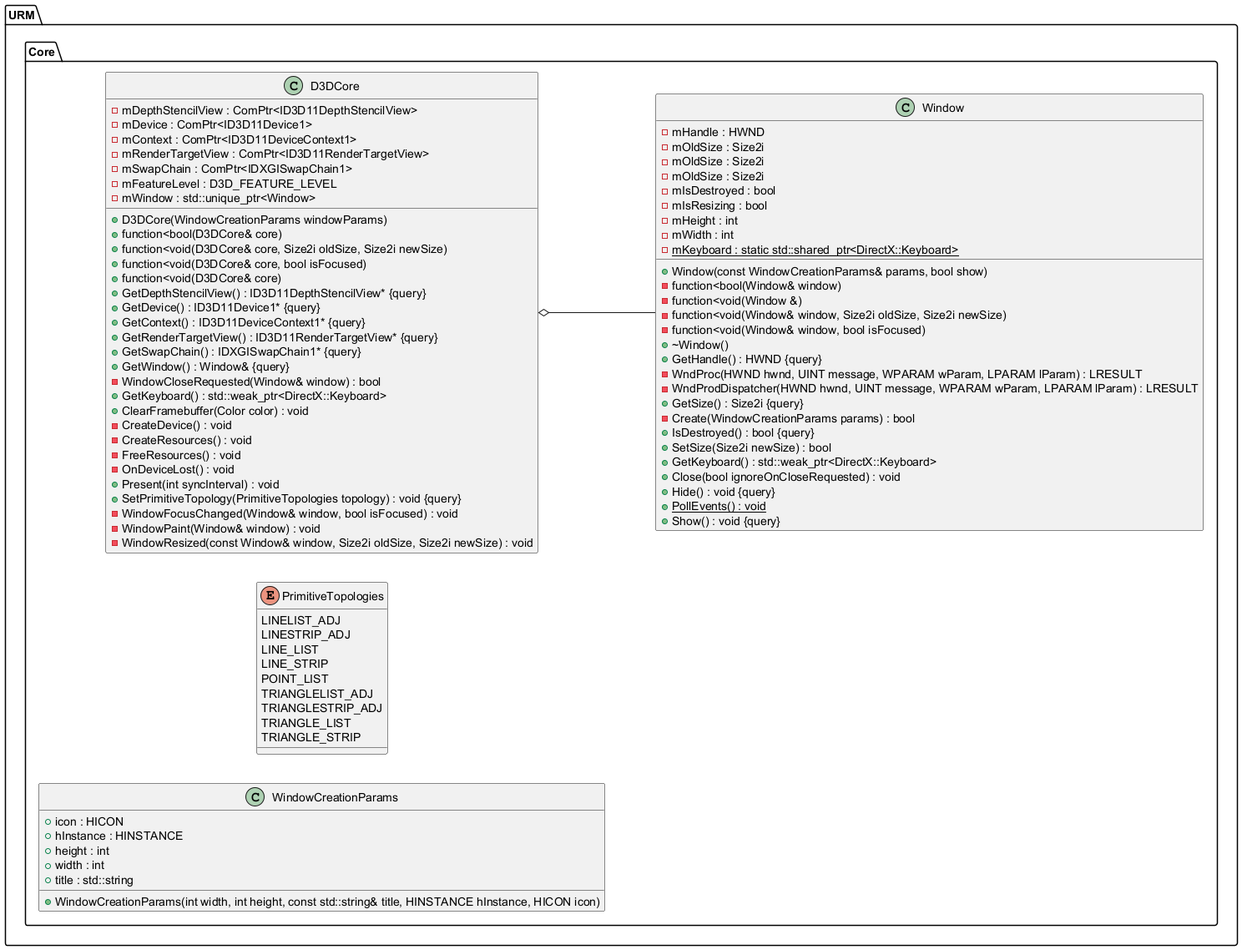
Above: Latex/images/UML/core.png in MinikPLayer/MasterThesis_UniversalRenderingModule_D3D11 (PlantUML), before the change.
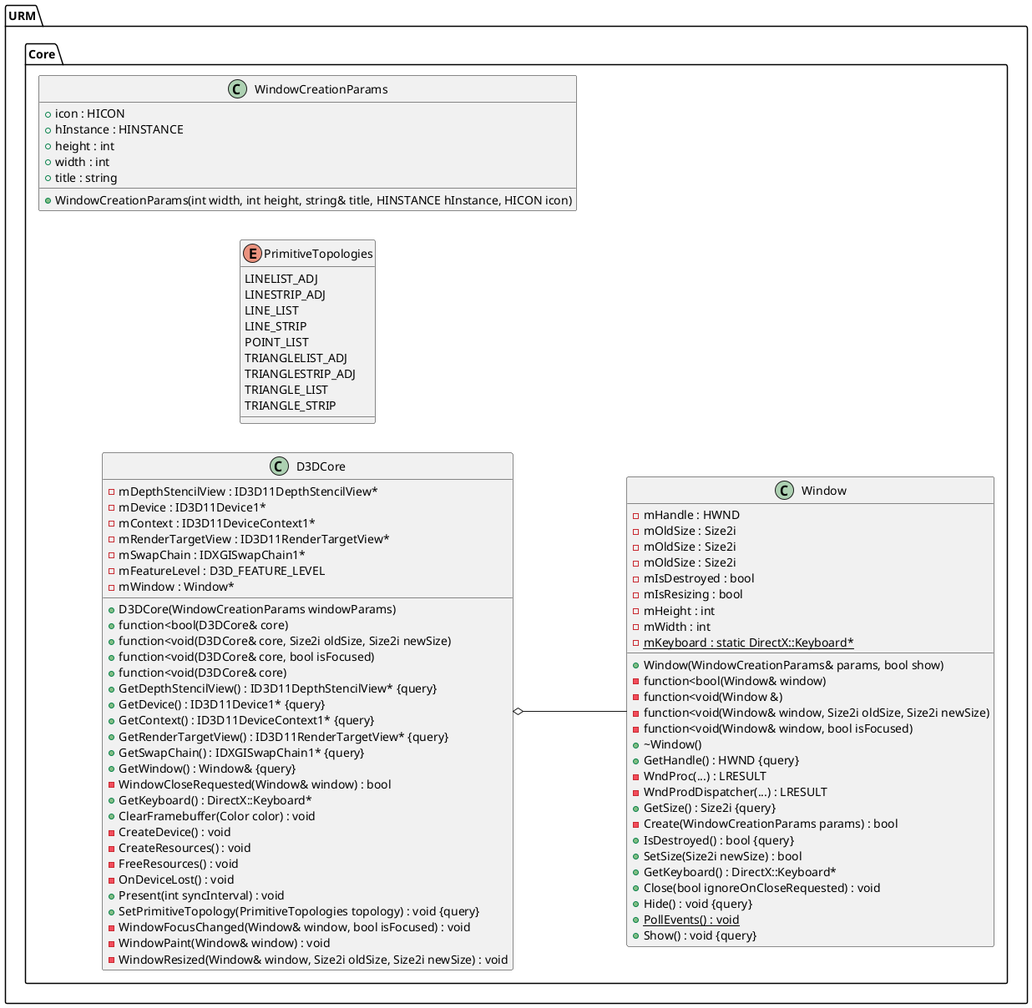
The same file after the commit.

The edit, as a diff of the source:
```diff
@@ -14,11 +14,11 @@
 			+function<void(D3DCore& core, Size2i oldSize, Size2i newSize)
 			+function<void(D3DCore& core, bool isFocused)
 			+function<void(D3DCore& core)
-			-mDepthStencilView : ComPtr<ID3D11DepthStencilView>
-			-mDevice : ComPtr<ID3D11Device1>
-			-mContext : ComPtr<ID3D11DeviceContext1>
-			-mRenderTargetView : ComPtr<ID3D11RenderTargetView>
-			-mSwapChain : ComPtr<IDXGISwapChain1>
+			-mDepthStencilView : ID3D11DepthStencilView*
+			-mDevice : ID3D11Device1*
+			-mContext : ID3D11DeviceContext1*
+			-mRenderTargetView : ID3D11RenderTargetView*
+			-mSwapChain : IDXGISwapChain1*
 			-mFeatureLevel : D3D_FEATURE_LEVEL
 			+GetDepthStencilView() : ID3D11DepthStencilView* {query}
 			+GetDevice() : ID3D11Device1* {query}
@@ -27,8 +27,8 @@
 			+GetSwapChain() : IDXGISwapChain1* {query}
 			+GetWindow() : Window& {query}
 			-WindowCloseRequested(Window& window) : bool
-			-mWindow : std::unique_ptr<Window>
-			+GetKeyboard() : std::weak_ptr<DirectX::Keyboard>
+			-mWindow : Window*
+			+GetKeyboard() : DirectX::Keyboard*
 			+ClearFramebuffer(Color color) : void
 			-CreateDevice() : void
 			-CreateResources() : void
@@ -38,11 +38,11 @@
 			+SetPrimitiveTopology(PrimitiveTopologies topology) : void {query}
 			-WindowFocusChanged(Window& window, bool isFocused) : void
 			-WindowPaint(Window& window) : void
-			-WindowResized(const Window& window, Size2i oldSize, Size2i newSize) : void
+			-WindowResized(Window& window, Size2i oldSize, Size2i newSize) : void
 		}
 
 		class Window {
-			+Window(const WindowCreationParams& params, bool show)
+			+Window(WindowCreationParams& params, bool show)
 			-function<bool(Window& window)
 			-function<void(Window &)
 			-function<void(Window& window, Size2i oldSize, Size2i newSize)
@@ -50,8 +50,8 @@
 			+~Window()
 			+GetHandle() : HWND {query}
 			-mHandle : HWND
-			-WndProc(HWND hwnd, UINT message, WPARAM wParam, LPARAM lParam) : LRESULT
-			-WndProdDispatcher(HWND hwnd, UINT message, WPARAM wParam, LPARAM lParam) : LRESULT
+			-WndProc(...) : LRESULT
+			-WndProdDispatcher(...) : LRESULT
 			+GetSize() : Size2i {query}
 			-mOldSize : Size2i
 			-mOldSize : Size2i
@@ -63,8 +63,8 @@
 			-mIsResizing : bool
 			-mHeight : int
 			-mWidth : int
-			-{static} mKeyboard : static std::shared_ptr<DirectX::Keyboard>
-			+GetKeyboard() : std::weak_ptr<DirectX::Keyboard>
+			-{static} mKeyboard : static DirectX::Keyboard*
+			+GetKeyboard() : DirectX::Keyboard*
 			+Close(bool ignoreOnCloseRequested) : void
 			+Hide() : void {query}
 			+{static} PollEvents() : void
@@ -84,12 +84,12 @@
 		}
 
 		class WindowCreationParams {
-			+WindowCreationParams(int width, int height, const std::string& title, HINSTANCE hInstance, HICON icon)
+			+WindowCreationParams(int width, int height, string& title, HINSTANCE hInstance, HICON icon)
 			+icon : HICON
 			+hInstance : HINSTANCE
 			+height : int
 			+width : int
-			+title : std::string
+			+title : string
 		}
 	}
 }
```
